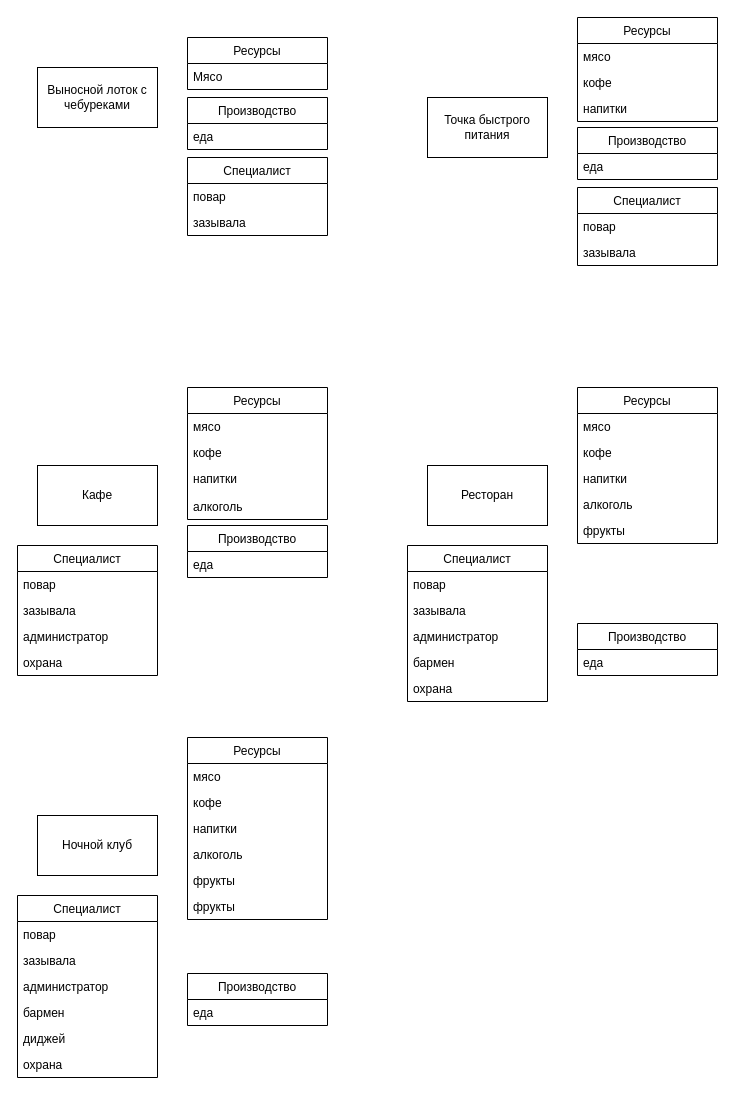
The draw.io diagram libs/Mafia.drawio in PhoenixVRN/Mafia, before the edit. Source tidied: cells renumbered, new cells numbered last; positions are measured from the earlier drawing's top-left corner, leaving out a move shared by most shapes. Both pictures are drawn from the tidied source at 100%, with x=0, y=0 at pixel (17, 17).
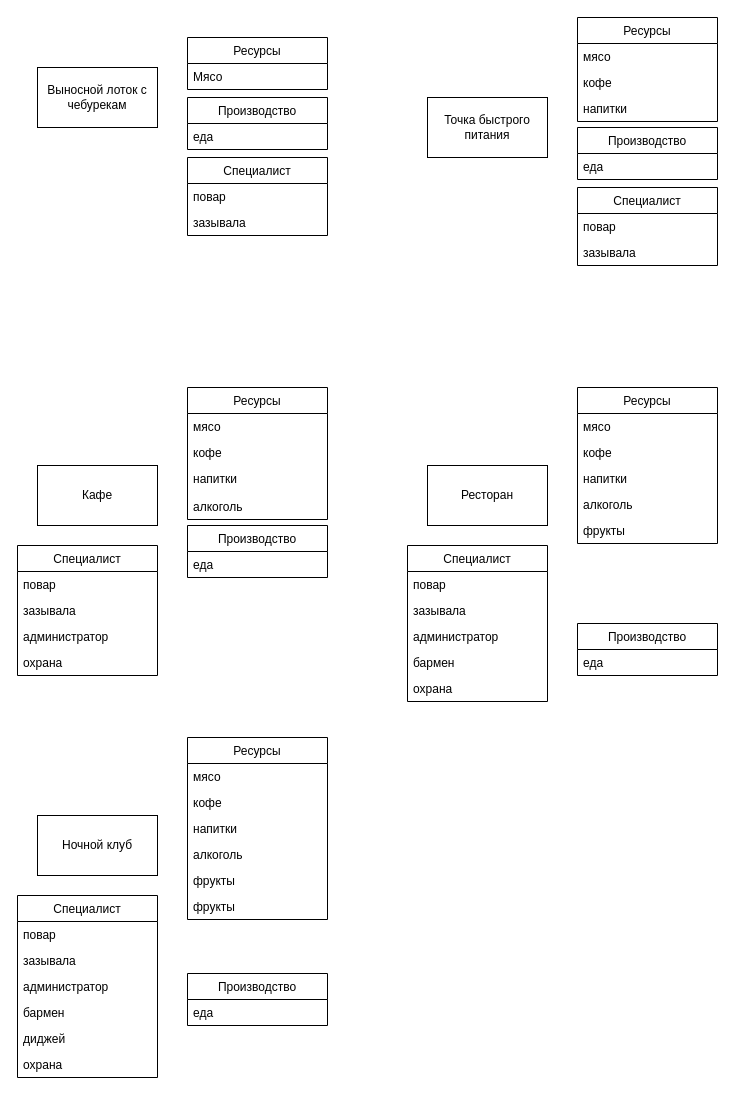
The same page after the edit.

Diff of the diagram source:
```diff
@@
-    <mxCell id="2" value="&lt;p class=&quot;MsoNormal&quot;&gt;Выносной лоток с чебуреками&lt;/p&gt;" style="rounded=0;whiteSpace=wrap;html=1;" parent="1" vertex="1">
+    <mxCell id="2" value="&lt;p class=&quot;MsoNormal&quot;&gt;Выносной лоток с чебурекам&lt;/p&gt;" style="rounded=0;whiteSpace=wrap;html=1;" parent="1" vertex="1">
       <mxGeometry x="20" y="50" width="120" height="60" as="geometry" />
     </mxCell>
```
